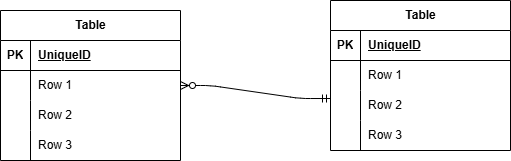
The draw.io diagram ER.drawio.png in shinzawa/tsutom-kadai1, before a commit. Source tidied: cells renumbered, new cells last; positions are measured from the earlier drawing's top-left corner, leaving out a move shared by most shapes.
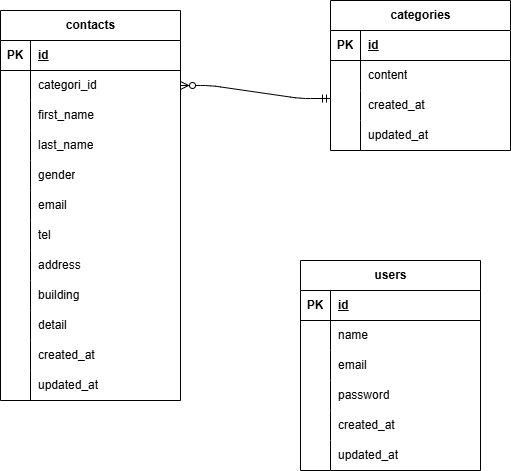
Later version of the same file.

Change to the diagram source:
```diff
@@ -2,7 +2,118 @@
   <root>
     <mxCell id="0" />
     <mxCell id="1" parent="0" />
+    <mxCell id="15" value="contacts" style="shape=table;startSize=30;rowLines=0;fontStyle=1;align=center;html=1;" parent="1" vertex="1">
+      <mxGeometry y="10" width="180" height="390" as="geometry" />
+    </mxCell>
+    <mxCell id="16" style="shape=tableRow;horizontal=0;startSize=0;swimlaneHead=0;swimlaneBody=0;fillColor=none;top=0;left=0;right=0;bottom=1;" parent="15" vertex="1">
+      <mxGeometry y="30" width="180" height="30" as="geometry" />
+    </mxCell>
+    <mxCell id="17" value="PK" style="shape=partialRectangle;fillColor=none;top=0;left=0;bottom=0;right=0;fontStyle=1;overflow=hidden;whiteSpace=wrap;html=1;" parent="16" vertex="1">
+      <mxGeometry width="30" height="30" as="geometry" />
+    </mxCell>
+    <mxCell id="18" value="id" style="shape=partialRectangle;fillColor=none;top=0;left=0;bottom=0;right=0;align=left;spacingLeft=6;fontStyle=5;overflow=hidden;whiteSpace=wrap;html=1;" parent="16" vertex="1">
+      <mxGeometry x="30" width="150" height="30" as="geometry" />
+    </mxCell>
+    <mxCell id="19" style="shape=tableRow;horizontal=0;startSize=0;swimlaneHead=0;swimlaneBody=0;fillColor=none;points=[[0,0.5],[1,0.5]];portConstraint=eastwest;top=0;left=0;right=0;bottom=0;" parent="15" vertex="1">
+      <mxGeometry y="60" width="180" height="30" as="geometry" />
+    </mxCell>
+    <mxCell id="20" style="shape=partialRectangle;fillColor=none;top=0;left=0;bottom=0;right=0;overflow=hidden;whiteSpace=wrap;html=1;" parent="19" vertex="1">
+      <mxGeometry width="30" height="30" as="geometry" />
+    </mxCell>
+    <mxCell id="21" value="categori_id" style="shape=partialRectangle;fillColor=none;top=0;left=0;bottom=0;right=0;align=left;spacingLeft=6;overflow=hidden;whiteSpace=wrap;html=1;" parent="19" vertex="1">
+      <mxGeometry x="30" width="150" height="30" as="geometry" />
+    </mxCell>
+    <mxCell id="22" style="shape=tableRow;horizontal=0;startSize=0;swimlaneHead=0;swimlaneBody=0;fillColor=none;top=0;left=0;right=0;bottom=0;" parent="15" vertex="1">
+      <mxGeometry y="90" width="180" height="30" as="geometry" />
+    </mxCell>
+    <mxCell id="23" style="shape=partialRectangle;fillColor=none;top=0;left=0;bottom=0;right=0;overflow=hidden;whiteSpace=wrap;html=1;" parent="22" vertex="1">
+      <mxGeometry width="30" height="30" as="geometry" />
+    </mxCell>
+    <mxCell id="24" value="first_name" style="shape=partialRectangle;fillColor=none;top=0;left=0;bottom=0;right=0;align=left;spacingLeft=6;overflow=hidden;whiteSpace=wrap;html=1;" parent="22" vertex="1">
+      <mxGeometry x="30" width="150" height="30" as="geometry" />
+    </mxCell>
+    <mxCell id="25" style="shape=tableRow;horizontal=0;startSize=0;swimlaneHead=0;swimlaneBody=0;fillColor=none;top=0;left=0;right=0;bottom=0;" parent="15" vertex="1">
+      <mxGeometry y="120" width="180" height="30" as="geometry" />
+    </mxCell>
+    <mxCell id="26" style="shape=partialRectangle;fillColor=none;top=0;left=0;bottom=0;right=0;overflow=hidden;whiteSpace=wrap;html=1;" parent="25" vertex="1">
+      <mxGeometry width="30" height="30" as="geometry" />
+    </mxCell>
+    <mxCell id="27" value="last_name" style="shape=partialRectangle;fillColor=none;top=0;left=0;bottom=0;right=0;align=left;spacingLeft=6;overflow=hidden;whiteSpace=wrap;html=1;" parent="25" vertex="1">
+      <mxGeometry x="30" width="150" height="30" as="geometry" />
+    </mxCell>
+    <mxCell id="29" style="shape=tableRow;horizontal=0;startSize=0;swimlaneHead=0;swimlaneBody=0;fillColor=none;top=0;left=0;right=0;bottom=0;" parent="15" vertex="1">
+      <mxGeometry y="150" width="180" height="30" as="geometry" />
+    </mxCell>
+    <mxCell id="30" style="shape=partialRectangle;fillColor=none;top=0;left=0;bottom=0;right=0;overflow=hidden;whiteSpace=wrap;html=1;" parent="29" vertex="1">
+      <mxGeometry width="30" height="30" as="geometry" />
+    </mxCell>
+    <mxCell id="31" value="gender" style="shape=partialRectangle;fillColor=none;top=0;left=0;bottom=0;right=0;align=left;spacingLeft=6;overflow=hidden;whiteSpace=wrap;html=1;" parent="29" vertex="1">
+      <mxGeometry x="30" width="150" height="30" as="geometry" />
+    </mxCell>
+    <mxCell id="32" style="shape=tableRow;horizontal=0;startSize=0;swimlaneHead=0;swimlaneBody=0;fillColor=none;top=0;left=0;right=0;bottom=0;" parent="15" vertex="1">
+      <mxGeometry y="180" width="180" height="30" as="geometry" />
+    </mxCell>
+    <mxCell id="33" style="shape=partialRectangle;fillColor=none;top=0;left=0;bottom=0;right=0;overflow=hidden;whiteSpace=wrap;html=1;" parent="32" vertex="1">
+      <mxGeometry width="30" height="30" as="geometry" />
+    </mxCell>
+    <mxCell id="34" value="email" style="shape=partialRectangle;fillColor=none;top=0;left=0;bottom=0;right=0;align=left;spacingLeft=6;overflow=hidden;whiteSpace=wrap;html=1;" parent="32" vertex="1">
+      <mxGeometry x="30" width="150" height="30" as="geometry" />
+    </mxCell>
+    <mxCell id="35" style="shape=tableRow;horizontal=0;startSize=0;swimlaneHead=0;swimlaneBody=0;fillColor=none;top=0;left=0;right=0;bottom=0;" parent="15" vertex="1">
+      <mxGeometry y="210" width="180" height="30" as="geometry" />
+    </mxCell>
+    <mxCell id="36" style="shape=partialRectangle;fillColor=none;top=0;left=0;bottom=0;right=0;overflow=hidden;whiteSpace=wrap;html=1;" parent="35" vertex="1">
+      <mxGeometry width="30" height="30" as="geometry" />
+    </mxCell>
+    <mxCell id="37" value="tel" style="shape=partialRectangle;fillColor=none;top=0;left=0;bottom=0;right=0;align=left;spacingLeft=6;overflow=hidden;whiteSpace=wrap;html=1;" parent="35" vertex="1">
+      <mxGeometry x="30" width="150" height="30" as="geometry" />
+    </mxCell>
+    <mxCell id="38" style="shape=tableRow;horizontal=0;startSize=0;swimlaneHead=0;swimlaneBody=0;fillColor=none;top=0;left=0;right=0;bottom=0;" parent="15" vertex="1">
+      <mxGeometry y="240" width="180" height="30" as="geometry" />
+    </mxCell>
+    <mxCell id="39" style="shape=partialRectangle;fillColor=none;top=0;left=0;bottom=0;right=0;overflow=hidden;whiteSpace=wrap;html=1;" parent="38" vertex="1">
+      <mxGeometry width="30" height="30" as="geometry" />
+    </mxCell>
+    <mxCell id="40" value="address" style="shape=partialRectangle;fillColor=none;top=0;left=0;bottom=0;right=0;align=left;spacingLeft=6;overflow=hidden;whiteSpace=wrap;html=1;" parent="38" vertex="1">
+      <mxGeometry x="30" width="150" height="30" as="geometry" />
+    </mxCell>
+    <mxCell id="41" style="shape=tableRow;horizontal=0;startSize=0;swimlaneHead=0;swimlaneBody=0;fillColor=none;top=0;left=0;right=0;bottom=0;" parent="15" vertex="1">
+      <mxGeometry y="270" width="180" height="30" as="geometry" />
+    </mxCell>
+    <mxCell id="42" style="shape=partialRectangle;fillColor=none;top=0;left=0;bottom=0;right=0;overflow=hidden;whiteSpace=wrap;html=1;" parent="41" vertex="1">
+      <mxGeometry width="30" height="30" as="geometry" />
+    </mxCell>
+    <mxCell id="43" value="building" style="shape=partialRectangle;fillColor=none;top=0;left=0;bottom=0;right=0;align=left;spacingLeft=6;overflow=hidden;whiteSpace=wrap;html=1;" parent="41" vertex="1">
+      <mxGeometry x="30" width="150" height="30" as="geometry" />
+    </mxCell>
+    <mxCell id="44" style="shape=tableRow;horizontal=0;startSize=0;swimlaneHead=0;swimlaneBody=0;fillColor=none;top=0;left=0;right=0;bottom=0;" parent="15" vertex="1">
+      <mxGeometry y="300" width="180" height="30" as="geometry" />
+    </mxCell>
+    <mxCell id="45" style="shape=partialRectangle;fillColor=none;top=0;left=0;bottom=0;right=0;overflow=hidden;whiteSpace=wrap;html=1;" parent="44" vertex="1">
+      <mxGeometry width="30" height="30" as="geometry" />
+    </mxCell>
+    <mxCell id="46" value="detail" style="shape=partialRectangle;fillColor=none;top=0;left=0;bottom=0;right=0;align=left;spacingLeft=6;overflow=hidden;whiteSpace=wrap;html=1;" parent="44" vertex="1">
+      <mxGeometry x="30" width="150" height="30" as="geometry" />
+    </mxCell>
+    <mxCell id="47" style="shape=tableRow;horizontal=0;startSize=0;swimlaneHead=0;swimlaneBody=0;fillColor=none;top=0;left=0;right=0;bottom=0;" parent="15" vertex="1">
+      <mxGeometry y="330" width="180" height="30" as="geometry" />
+    </mxCell>
+    <mxCell id="48" style="shape=partialRectangle;fillColor=none;top=0;left=0;bottom=0;right=0;overflow=hidden;whiteSpace=wrap;html=1;" parent="47" vertex="1">
+      <mxGeometry width="30" height="30" as="geometry" />
+    </mxCell>
+    <mxCell id="49" value="created_at" style="shape=partialRectangle;fillColor=none;top=0;left=0;bottom=0;right=0;align=left;spacingLeft=6;overflow=hidden;whiteSpace=wrap;html=1;" parent="47" vertex="1">
+      <mxGeometry x="30" width="150" height="30" as="geometry" />
+    </mxCell>
+    <mxCell id="50" style="shape=tableRow;horizontal=0;startSize=0;swimlaneHead=0;swimlaneBody=0;fillColor=none;top=0;left=0;right=0;bottom=0;" parent="15" vertex="1">
+      <mxGeometry y="360" width="180" height="30" as="geometry" />
+    </mxCell>
+    <mxCell id="51" style="shape=partialRectangle;fillColor=none;top=0;left=0;bottom=0;right=0;overflow=hidden;whiteSpace=wrap;html=1;" parent="50" vertex="1">
+      <mxGeometry width="30" height="30" as="geometry" />
+    </mxCell>
+    <mxCell id="52" value="updated_at" style="shape=partialRectangle;fillColor=none;top=0;left=0;bottom=0;right=0;align=left;spacingLeft=6;overflow=hidden;whiteSpace=wrap;html=1;" parent="50" vertex="1">
+      <mxGeometry x="30" width="150" height="30" as="geometry" />
+    </mxCell>
-    <mxCell id="2" value="Table" style="shape=table;startSize=30;rowLines=0;fontStyle=1;align=center;html=1;" parent="1" vertex="1">
+    <mxCell id="2" value="categories" style="shape=table;startSize=30;rowLines=0;fontStyle=1;align=center;html=1;" parent="1" vertex="1">
       <mxGeometry x="330" width="180" height="150" as="geometry" />
     </mxCell>
     <mxCell id="3" style="shape=tableRow;horizontal=0;startSize=0;swimlaneHead=0;swimlaneBody=0;fillColor=none;top=0;left=0;right=0;bottom=1;" parent="2" vertex="1">
@@ -11,7 +122,7 @@
     <mxCell id="4" value="PK" style="shape=partialRectangle;fillColor=none;top=0;left=0;bottom=0;right=0;fontStyle=1;overflow=hidden;whiteSpace=wrap;html=1;" parent="3" vertex="1">
       <mxGeometry width="30" height="30" as="geometry" />
     </mxCell>
-    <mxCell id="5" value="UniqueID" style="shape=partialRectangle;fillColor=none;top=0;left=0;bottom=0;right=0;align=left;spacingLeft=6;fontStyle=5;overflow=hidden;whiteSpace=wrap;html=1;" parent="3" vertex="1">
+    <mxCell id="5" value="id" style="shape=partialRectangle;fillColor=none;top=0;left=0;bottom=0;right=0;align=left;spacingLeft=6;fontStyle=5;overflow=hidden;whiteSpace=wrap;html=1;" parent="3" vertex="1">
       <mxGeometry x="30" width="150" height="30" as="geometry" />
     </mxCell>
     <mxCell id="6" style="shape=tableRow;horizontal=0;startSize=0;swimlaneHead=0;swimlaneBody=0;fillColor=none;top=0;left=0;right=0;bottom=0;" parent="2" vertex="1">
@@ -20,7 +131,7 @@
     <mxCell id="7" style="shape=partialRectangle;fillColor=none;top=0;left=0;bottom=0;right=0;overflow=hidden;whiteSpace=wrap;html=1;" parent="6" vertex="1">
       <mxGeometry width="30" height="30" as="geometry" />
     </mxCell>
-    <mxCell id="8" value="Row 1" style="shape=partialRectangle;fillColor=none;top=0;left=0;bottom=0;right=0;align=left;spacingLeft=6;overflow=hidden;whiteSpace=wrap;html=1;" parent="6" vertex="1">
+    <mxCell id="8" value="content" style="shape=partialRectangle;fillColor=none;top=0;left=0;bottom=0;right=0;align=left;spacingLeft=6;overflow=hidden;whiteSpace=wrap;html=1;" parent="6" vertex="1">
       <mxGeometry x="30" width="150" height="30" as="geometry" />
     </mxCell>
     <mxCell id="9" style="shape=tableRow;horizontal=0;startSize=0;swimlaneHead=0;swimlaneBody=0;fillColor=none;points=[[0,0.5],[1,0.5]];portConstraint=eastwest;top=0;left=0;right=0;bottom=0;" parent="2" vertex="1">
@@ -29,7 +140,7 @@
     <mxCell id="10" style="shape=partialRectangle;fillColor=none;top=0;left=0;bottom=0;right=0;overflow=hidden;whiteSpace=wrap;html=1;" parent="9" vertex="1">
       <mxGeometry width="30" height="30" as="geometry" />
     </mxCell>
-    <mxCell id="11" value="Row 2" style="shape=partialRectangle;fillColor=none;top=0;left=0;bottom=0;right=0;align=left;spacingLeft=6;overflow=hidden;whiteSpace=wrap;html=1;" parent="9" vertex="1">
+    <mxCell id="11" value="created_at" style="shape=partialRectangle;fillColor=none;top=0;left=0;bottom=0;right=0;align=left;spacingLeft=6;overflow=hidden;whiteSpace=wrap;html=1;" parent="9" vertex="1">
       <mxGeometry x="30" width="150" height="30" as="geometry" />
     </mxCell>
     <mxCell id="12" style="shape=tableRow;horizontal=0;startSize=0;swimlaneHead=0;swimlaneBody=0;fillColor=none;top=0;left=0;right=0;bottom=0;" parent="2" vertex="1">
@@ -38,50 +149,68 @@
     <mxCell id="13" style="shape=partialRectangle;fillColor=none;top=0;left=0;bottom=0;right=0;overflow=hidden;whiteSpace=wrap;html=1;" parent="12" vertex="1">
       <mxGeometry width="30" height="30" as="geometry" />
     </mxCell>
-    <mxCell id="14" value="Row 3" style="shape=partialRectangle;fillColor=none;top=0;left=0;bottom=0;right=0;align=left;spacingLeft=6;overflow=hidden;whiteSpace=wrap;html=1;" parent="12" vertex="1">
+    <mxCell id="14" value="updated_at" style="shape=partialRectangle;fillColor=none;top=0;left=0;bottom=0;right=0;align=left;spacingLeft=6;overflow=hidden;whiteSpace=wrap;html=1;" parent="12" vertex="1">
       <mxGeometry x="30" width="150" height="30" as="geometry" />
     </mxCell>
-    <mxCell id="15" value="Table" style="shape=table;startSize=30;rowLines=0;fontStyle=1;align=center;html=1;" parent="1" vertex="1">
-      <mxGeometry y="10" width="180" height="150" as="geometry" />
-    </mxCell>
-    <mxCell id="16" style="shape=tableRow;horizontal=0;startSize=0;swimlaneHead=0;swimlaneBody=0;fillColor=none;top=0;left=0;right=0;bottom=1;" parent="15" vertex="1">
-      <mxGeometry y="30" width="180" height="30" as="geometry" />
-    </mxCell>
-    <mxCell id="17" value="PK" style="shape=partialRectangle;fillColor=none;top=0;left=0;bottom=0;right=0;fontStyle=1;overflow=hidden;whiteSpace=wrap;html=1;" parent="16" vertex="1">
-      <mxGeometry width="30" height="30" as="geometry" />
-    </mxCell>
-    <mxCell id="18" value="UniqueID" style="shape=partialRectangle;fillColor=none;top=0;left=0;bottom=0;right=0;align=left;spacingLeft=6;fontStyle=5;overflow=hidden;whiteSpace=wrap;html=1;" parent="16" vertex="1">
-      <mxGeometry x="30" width="150" height="30" as="geometry" />
-    </mxCell>
-    <mxCell id="19" style="shape=tableRow;horizontal=0;startSize=0;swimlaneHead=0;swimlaneBody=0;fillColor=none;points=[[0,0.5],[1,0.5]];portConstraint=eastwest;top=0;left=0;right=0;bottom=0;" parent="15" vertex="1">
-      <mxGeometry y="60" width="180" height="30" as="geometry" />
-    </mxCell>
-    <mxCell id="20" style="shape=partialRectangle;fillColor=none;top=0;left=0;bottom=0;right=0;overflow=hidden;whiteSpace=wrap;html=1;" parent="19" vertex="1">
-      <mxGeometry width="30" height="30" as="geometry" />
-    </mxCell>
-    <mxCell id="21" value="Row 1" style="shape=partialRectangle;fillColor=none;top=0;left=0;bottom=0;right=0;align=left;spacingLeft=6;overflow=hidden;whiteSpace=wrap;html=1;" parent="19" vertex="1">
-      <mxGeometry x="30" width="150" height="30" as="geometry" />
-    </mxCell>
-    <mxCell id="22" style="shape=tableRow;horizontal=0;startSize=0;swimlaneHead=0;swimlaneBody=0;fillColor=none;top=0;left=0;right=0;bottom=0;" parent="15" vertex="1">
-      <mxGeometry y="90" width="180" height="30" as="geometry" />
-    </mxCell>
-    <mxCell id="23" style="shape=partialRectangle;fillColor=none;top=0;left=0;bottom=0;right=0;overflow=hidden;whiteSpace=wrap;html=1;" parent="22" vertex="1">
-      <mxGeometry width="30" height="30" as="geometry" />
-    </mxCell>
-    <mxCell id="24" value="Row 2" style="shape=partialRectangle;fillColor=none;top=0;left=0;bottom=0;right=0;align=left;spacingLeft=6;overflow=hidden;whiteSpace=wrap;html=1;" parent="22" vertex="1">
-      <mxGeometry x="30" width="150" height="30" as="geometry" />
-    </mxCell>
-    <mxCell id="25" style="shape=tableRow;horizontal=0;startSize=0;swimlaneHead=0;swimlaneBody=0;fillColor=none;top=0;left=0;right=0;bottom=0;" parent="15" vertex="1">
-      <mxGeometry y="120" width="180" height="30" as="geometry" />
-    </mxCell>
-    <mxCell id="26" style="shape=partialRectangle;fillColor=none;top=0;left=0;bottom=0;right=0;overflow=hidden;whiteSpace=wrap;html=1;" parent="25" vertex="1">
-      <mxGeometry width="30" height="30" as="geometry" />
-    </mxCell>
-    <mxCell id="27" value="Row 3" style="shape=partialRectangle;fillColor=none;top=0;left=0;bottom=0;right=0;align=left;spacingLeft=6;overflow=hidden;whiteSpace=wrap;html=1;" parent="25" vertex="1">
-      <mxGeometry x="30" width="150" height="30" as="geometry" />
-    </mxCell>
     <mxCell id="28" style="edgeStyle=entityRelationEdgeStyle;fontSize=12;html=1;endArrow=ERzeroToMany;startArrow=ERmandOne;entryX=1;entryY=0.5;entryDx=0;entryDy=0;exitX=0;exitY=0.267;exitDx=0;exitDy=0;exitPerimeter=0;" parent="1" edge="1" source="9" target="19">
       <mxGeometry relative="1" as="geometry" />
     </mxCell>
+    <mxCell id="53" value="users" style="shape=table;startSize=30;rowLines=0;fontStyle=1;align=center;html=1;" parent="1" vertex="1">
+      <mxGeometry x="300" y="260" width="180" height="210" as="geometry" />
+    </mxCell>
+    <mxCell id="54" style="shape=tableRow;horizontal=0;startSize=0;swimlaneHead=0;swimlaneBody=0;fillColor=none;top=0;left=0;right=0;bottom=1;" parent="53" vertex="1">
+      <mxGeometry y="30" width="180" height="30" as="geometry" />
+    </mxCell>
+    <mxCell id="55" value="PK" style="shape=partialRectangle;fillColor=none;top=0;left=0;bottom=0;right=0;fontStyle=1;overflow=hidden;whiteSpace=wrap;html=1;" parent="54" vertex="1">
+      <mxGeometry width="30" height="30" as="geometry" />
+    </mxCell>
+    <mxCell id="56" value="id" style="shape=partialRectangle;fillColor=none;top=0;left=0;bottom=0;right=0;align=left;spacingLeft=6;fontStyle=5;overflow=hidden;whiteSpace=wrap;html=1;" parent="54" vertex="1">
+      <mxGeometry x="30" width="150" height="30" as="geometry" />
+    </mxCell>
+    <mxCell id="57" style="shape=tableRow;horizontal=0;startSize=0;swimlaneHead=0;swimlaneBody=0;fillColor=none;top=0;left=0;right=0;bottom=0;" parent="53" vertex="1">
+      <mxGeometry y="60" width="180" height="30" as="geometry" />
+    </mxCell>
+    <mxCell id="58" style="shape=partialRectangle;fillColor=none;top=0;left=0;bottom=0;right=0;overflow=hidden;whiteSpace=wrap;html=1;" parent="57" vertex="1">
+      <mxGeometry width="30" height="30" as="geometry" />
+    </mxCell>
+    <mxCell id="59" value="name" style="shape=partialRectangle;fillColor=none;top=0;left=0;bottom=0;right=0;align=left;spacingLeft=6;overflow=hidden;whiteSpace=wrap;html=1;" parent="57" vertex="1">
+      <mxGeometry x="30" width="150" height="30" as="geometry" />
+    </mxCell>
+    <mxCell id="60" style="shape=tableRow;horizontal=0;startSize=0;swimlaneHead=0;swimlaneBody=0;fillColor=none;top=0;left=0;right=0;bottom=0;" parent="53" vertex="1">
+      <mxGeometry y="90" width="180" height="30" as="geometry" />
+    </mxCell>
+    <mxCell id="61" style="shape=partialRectangle;fillColor=none;top=0;left=0;bottom=0;right=0;overflow=hidden;whiteSpace=wrap;html=1;" parent="60" vertex="1">
+      <mxGeometry width="30" height="30" as="geometry" />
+    </mxCell>
+    <mxCell id="62" value="email" style="shape=partialRectangle;fillColor=none;top=0;left=0;bottom=0;right=0;align=left;spacingLeft=6;overflow=hidden;whiteSpace=wrap;html=1;" parent="60" vertex="1">
+      <mxGeometry x="30" width="150" height="30" as="geometry" />
+    </mxCell>
+    <mxCell id="63" style="shape=tableRow;horizontal=0;startSize=0;swimlaneHead=0;swimlaneBody=0;fillColor=none;top=0;left=0;right=0;bottom=0;" parent="53" vertex="1">
+      <mxGeometry y="120" width="180" height="30" as="geometry" />
+    </mxCell>
+    <mxCell id="64" style="shape=partialRectangle;fillColor=none;top=0;left=0;bottom=0;right=0;overflow=hidden;whiteSpace=wrap;html=1;" parent="63" vertex="1">
+      <mxGeometry width="30" height="30" as="geometry" />
+    </mxCell>
+    <mxCell id="65" value="password" style="shape=partialRectangle;fillColor=none;top=0;left=0;bottom=0;right=0;align=left;spacingLeft=6;overflow=hidden;whiteSpace=wrap;html=1;" parent="63" vertex="1">
+      <mxGeometry x="30" width="150" height="30" as="geometry" />
+    </mxCell>
+    <mxCell id="66" style="shape=tableRow;horizontal=0;startSize=0;swimlaneHead=0;swimlaneBody=0;fillColor=none;top=0;left=0;right=0;bottom=0;" parent="53" vertex="1">
+      <mxGeometry y="150" width="180" height="30" as="geometry" />
+    </mxCell>
+    <mxCell id="67" style="shape=partialRectangle;fillColor=none;top=0;left=0;bottom=0;right=0;overflow=hidden;whiteSpace=wrap;html=1;" parent="66" vertex="1">
+      <mxGeometry width="30" height="30" as="geometry" />
+    </mxCell>
+    <mxCell id="68" value="created_at" style="shape=partialRectangle;fillColor=none;top=0;left=0;bottom=0;right=0;align=left;spacingLeft=6;overflow=hidden;whiteSpace=wrap;html=1;" parent="66" vertex="1">
+      <mxGeometry x="30" width="150" height="30" as="geometry" />
+    </mxCell>
+    <mxCell id="69" style="shape=tableRow;horizontal=0;startSize=0;swimlaneHead=0;swimlaneBody=0;fillColor=none;top=0;left=0;right=0;bottom=0;" parent="53" vertex="1">
+      <mxGeometry y="180" width="180" height="30" as="geometry" />
+    </mxCell>
+    <mxCell id="70" style="shape=partialRectangle;fillColor=none;top=0;left=0;bottom=0;right=0;overflow=hidden;whiteSpace=wrap;html=1;" parent="69" vertex="1">
+      <mxGeometry width="30" height="30" as="geometry" />
+    </mxCell>
+    <mxCell id="71" value="updated_at" style="shape=partialRectangle;fillColor=none;top=0;left=0;bottom=0;right=0;align=left;spacingLeft=6;overflow=hidden;whiteSpace=wrap;html=1;" parent="69" vertex="1">
+      <mxGeometry x="30" width="150" height="30" as="geometry" />
+    </mxCell>
   </root>
 </mxGraphModel>
```
